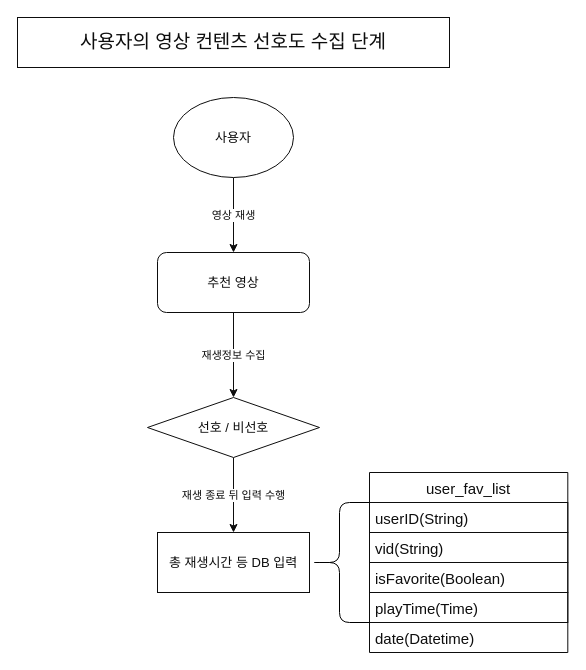
Above: page "Collecting_favor" (3 of 7) of lib/architecture/screen-plan.drawio in dev07060/flutter_starter (draw.io), before the change. Source tidied: cells renumbered, new cells numbered last; positions are measured from the earlier drawing's top-left corner, leaving out a move shared by most shapes. Both pictures are drawn from the tidied source at 100%, with x=0, y=0 at pixel (17, 17).
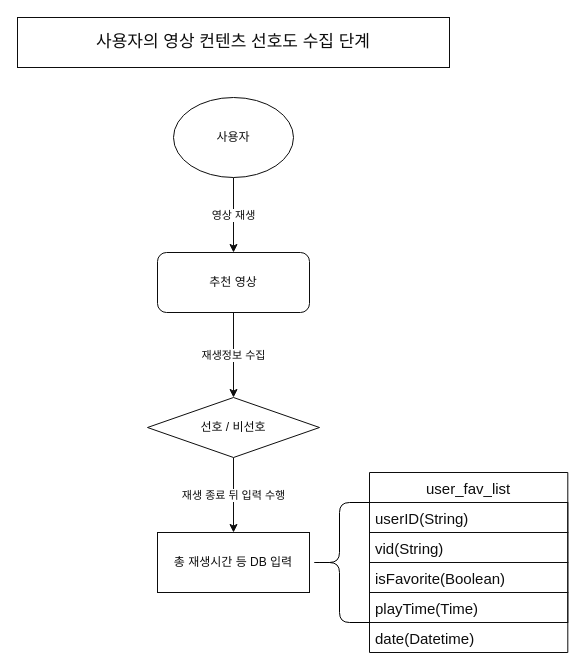
After the change.

The edit, as a diff of the source:
```diff
@@
 <mxGraphModel>
   <root>
     <mxCell id="0" />
     <mxCell id="1" parent="0" />
     <mxCell id="2" value="영상 재생" style="edgeStyle=none;html=1;exitX=0.5;exitY=1;exitDx=0;exitDy=0;strokeColor=#0D0D0D;fontColor=#0D0D0D;" parent="1" edge="1" source="3" target="5">
       <mxGeometry relative="1" as="geometry" />
     </mxCell>
-    <mxCell id="3" value="사용자" style="ellipse;whiteSpace=wrap;html=1;strokeColor=#0D0D0D;fontColor=#0D0D0D;fontSize=13;" parent="1" vertex="1">
+    <mxCell id="3" value="사용자" style="ellipse;whiteSpace=wrap;html=1;strokeColor=#0D0D0D;fontColor=#0D0D0D;fontSize=12;" parent="1" vertex="1">
       <mxGeometry x="156" y="80" width="120" height="80" as="geometry" />
     </mxCell>
     <mxCell id="4" value="재생정보 수집" style="edgeStyle=none;html=1;exitX=0.5;exitY=1;exitDx=0;exitDy=0;strokeColor=#0D0D0D;fontColor=#0D0D0D;" parent="1" edge="1" source="5" target="7">
       <mxGeometry relative="1" as="geometry" />
     </mxCell>
-    <mxCell id="5" value="추천 영상" style="rounded=1;whiteSpace=wrap;html=1;strokeColor=#0D0D0D;fontColor=#0D0D0D;fontSize=13;" parent="1" vertex="1">
+    <mxCell id="5" value="추천 영상" style="rounded=1;whiteSpace=wrap;html=1;strokeColor=#0D0D0D;fontColor=#0D0D0D;fontSize=12;" parent="1" vertex="1">
       <mxGeometry x="140" y="235" width="152" height="60" as="geometry" />
     </mxCell>
     <mxCell id="6" value="재생 종료 뒤 입력 수행" style="edgeStyle=none;html=1;exitX=0.5;exitY=1;exitDx=0;exitDy=0;entryX=0.5;entryY=0;entryDx=0;entryDy=0;strokeColor=#0D0D0D;fontColor=#0D0D0D;" parent="1" edge="1" source="7" target="14">
       <mxGeometry relative="1" as="geometry" />
     </mxCell>
-    <mxCell id="7" value="선호 / 비선호" style="rhombus;whiteSpace=wrap;html=1;strokeColor=#0D0D0D;fontColor=#0D0D0D;fontSize=13;" parent="1" vertex="1">
+    <mxCell id="7" value="선호 / 비선호" style="rhombus;whiteSpace=wrap;html=1;strokeColor=#0D0D0D;fontColor=#0D0D0D;fontSize=12;" parent="1" vertex="1">
       <mxGeometry x="130" y="380" width="172" height="60" as="geometry" />
     </mxCell>
     <mxCell id="8" value="user_fav_list" style="swimlane;fontStyle=0;horizontal=1;startSize=30;strokeColor=#0D0D0D;fontColor=#0D0D0D;fontSize=15;" parent="1" vertex="1">
       <mxGeometry x="352" y="455" width="198.3" height="180" as="geometry" />
     </mxCell>
     <mxCell id="9" value="userID(String)" style="text;align=left;verticalAlign=middle;spacingLeft=4;spacingRight=4;overflow=hidden;strokeColor=#0D0D0D;fontColor=#0D0D0D;fontSize=15;" parent="8" vertex="1">
       <mxGeometry y="30" width="198.3" height="30" as="geometry" />
     </mxCell>
     <mxCell id="10" value="vid(String)" style="text;align=left;verticalAlign=middle;spacingLeft=4;spacingRight=4;overflow=hidden;strokeColor=#0D0D0D;fontColor=#0D0D0D;fontSize=15;" parent="8" vertex="1">
       <mxGeometry y="60" width="198.3" height="30" as="geometry" />
     </mxCell>
     <mxCell id="11" value="isFavorite(Boolean)" style="text;align=left;verticalAlign=middle;spacingLeft=4;spacingRight=4;overflow=hidden;strokeColor=#0D0D0D;fontColor=#0D0D0D;fontSize=15;" parent="8" vertex="1">
       <mxGeometry y="90" width="198.3" height="30" as="geometry" />
     </mxCell>
     <mxCell id="12" value="playTime(Time)" style="text;align=left;verticalAlign=middle;spacingLeft=4;spacingRight=4;overflow=hidden;strokeColor=#0D0D0D;fontColor=#0D0D0D;fontSize=15;" parent="8" vertex="1">
       <mxGeometry y="120" width="198.3" height="30" as="geometry" />
     </mxCell>
     <mxCell id="13" value="date(Datetime)" style="text;strokeColor=none;fillColor=none;align=left;verticalAlign=middle;spacingLeft=4;spacingRight=4;overflow=hidden;fontSize=15;fontColor=#0D0D0D;" parent="8" vertex="1">
       <mxGeometry y="150" width="198.3" height="30" as="geometry" />
     </mxCell>
-    <mxCell id="14" value="총 재생시간 등 DB 입력" style="rounded=0;whiteSpace=wrap;html=1;strokeColor=#0D0D0D;fontColor=#0D0D0D;fontSize=13;" parent="1" vertex="1">
+    <mxCell id="14" value="총 재생시간 등 DB 입력" style="rounded=0;whiteSpace=wrap;html=1;strokeColor=#0D0D0D;fontColor=#0D0D0D;fontSize=12;" parent="1" vertex="1">
       <mxGeometry x="140" y="515" width="152" height="60" as="geometry" />
     </mxCell>
-    <mxCell id="15" value="사용자의 영상 컨텐츠 선호도 수집 단계" style="text;html=1;align=center;verticalAlign=middle;whiteSpace=wrap;rounded=0;fontSize=19;strokeColor=#0D0D0D;fontColor=#0D0D0D;" parent="1" vertex="1">
+    <mxCell id="15" value="사용자의 영상 컨텐츠 선호도 수집 단계" style="text;html=1;align=center;verticalAlign=middle;whiteSpace=wrap;rounded=0;fontSize=17;strokeColor=#0D0D0D;fontColor=#0D0D0D;" parent="1" vertex="1">
       <mxGeometry width="432" height="50" as="geometry" />
     </mxCell>
     <mxCell id="16" style="shape=curlyBracket;whiteSpace=wrap;html=1;rounded=1;fontSize=13;" parent="1" vertex="1">
       <mxGeometry x="292" y="485" width="60" height="120" as="geometry" />
     </mxCell>
   </root>
 </mxGraphModel>
```
